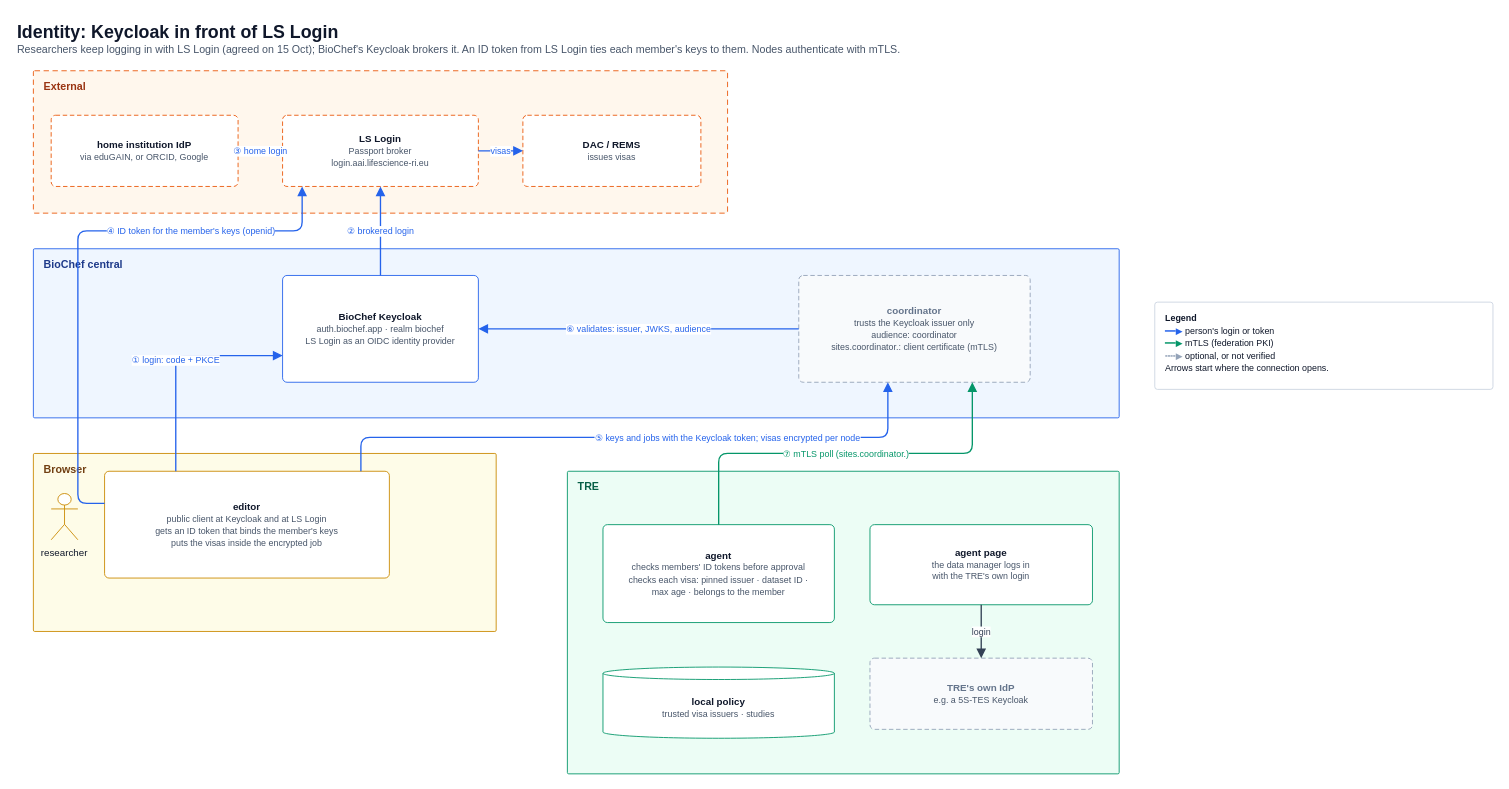
This is page "Who trusts whom" (1 of 2) of docs/diagrams/06-identity-keycloak.drawio from ieeta-pt/biochef-infra, a draw.io file, before an edit. Source tidied: cells renumbered, new cells numbered last; positions are measured from the earlier drawing's top-left corner, leaving out a move shared by most shapes. Both pictures are drawn from the tidied source at 89%, with x=0, y=0 at pixel (15, 15).
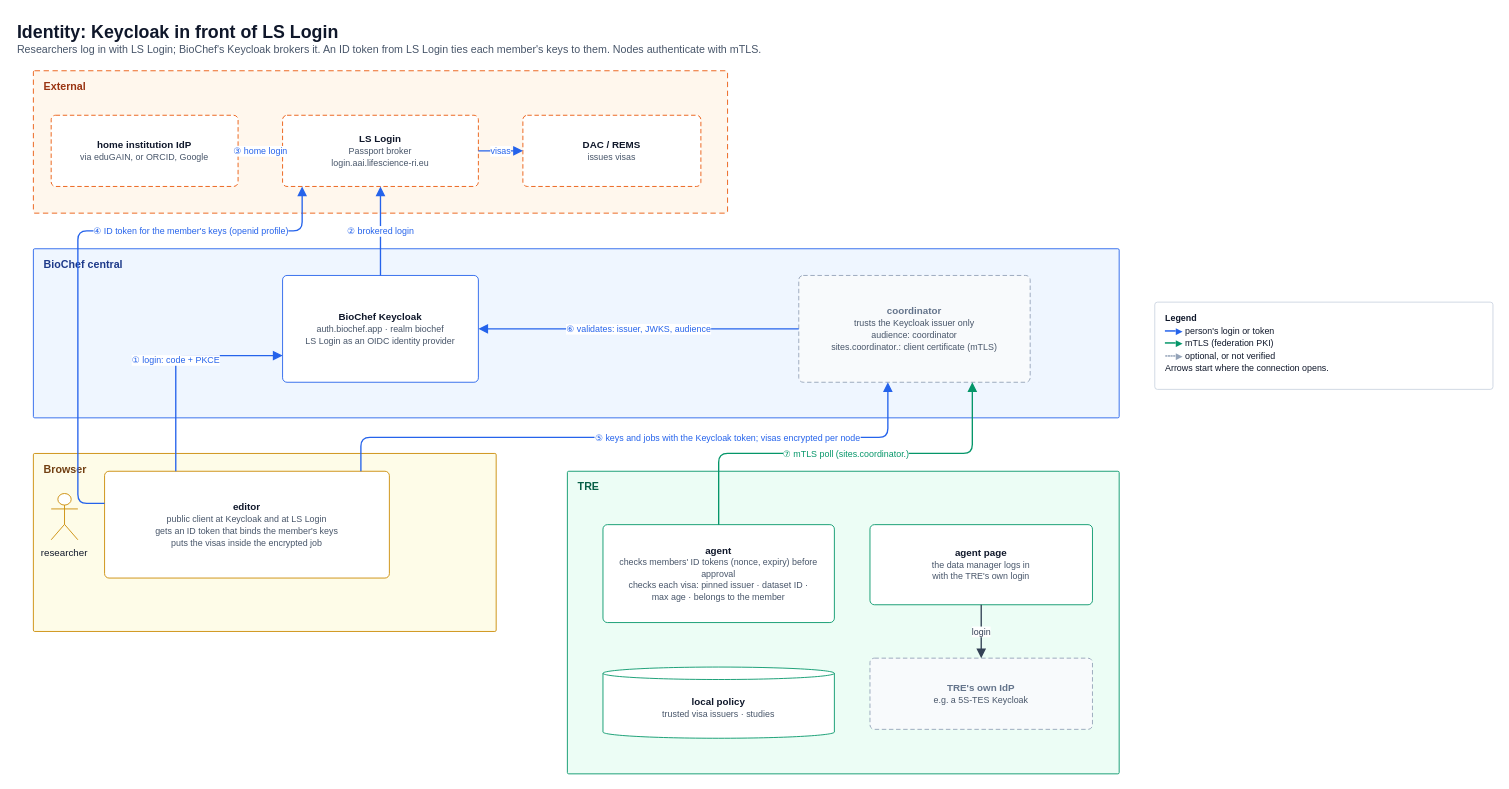
After the change.

Commit message (it also covers changes not shown here):
enhance identity documentation and agent functionality

The change refers to these unchanged cells:
```xml
<mxCell id="5" value="&lt;b&gt;LS Login&lt;/b&gt;&lt;br&gt;&lt;font style=&quot;font-size:10px&quot; color=&quot;#475569&quot;&gt;Passport broker&lt;/font&gt;&lt;br&gt;&lt;font style=&quot;font-size:10px&quot; color=&quot;#475569&quot;&gt;login.aai.lifescience-ri.eu&lt;/font&gt;" style="html=1;whiteSpace=wrap;fontSize=11;fillColor=#ffffff;strokeColor=#ea580c;fontColor=#0f172a;align=center;verticalAlign=middle;spacing=4;dashed=1;dashPattern=5 3;rounded=1;arcSize=10;absoluteArcSize=1;" parent="3" vertex="1">
  <mxGeometry x="280" y="50" width="220" height="80" as="geometry" />
</mxCell>
<mxCell id="12" value="&lt;b&gt;editor&lt;/b&gt;&lt;br&gt;&lt;font style=&quot;font-size:10px&quot; color=&quot;#475569&quot;&gt;public client at Keycloak and at LS Login&lt;/font&gt;&lt;br&gt;&lt;font style=&quot;font-size:10px&quot; color=&quot;#475569&quot;&gt;gets an ID token that binds the member's keys&lt;/font&gt;&lt;br&gt;&lt;font style=&quot;font-size:10px&quot; color=&quot;#475569&quot;&gt;puts the visas inside the encrypted job&lt;/font&gt;" style="html=1;whiteSpace=wrap;fontSize=11;fillColor=#ffffff;strokeColor=#ca8a04;fontColor=#0f172a;align=center;verticalAlign=middle;spacing=4;rounded=1;arcSize=10;absoluteArcSize=1;" parent="10" vertex="1">
  <mxGeometry x="80" y="20" width="320" height="120" as="geometry" />
</mxCell>
<mxCell id="13" value="TRE" style="rounded=1;arcSize=3;absoluteArcSize=1;html=1;whiteSpace=wrap;verticalAlign=top;align=left;spacingLeft=10;spacingTop=4;fontSize=12;fontStyle=1;fillColor=#ecfdf5;strokeColor=#059669;fontColor=#065f46;" parent="1" vertex="1">
  <mxGeometry x="620" y="512" width="620" height="340" as="geometry" />
</mxCell>
```

The edit, as a diff of the source:
```diff
@@
-    <mxCell id="2" value="&lt;b style='font-size:20px'&gt;Identity: Keycloak in front of LS Login&lt;/b&gt;&lt;br&gt;&lt;font color='#475569'&gt;Researchers keep logging in with LS Login (agreed on 15 Oct); BioChef's Keycloak brokers it. An ID token from LS Login ties each member's keys to them. Nodes authenticate with mTLS.&lt;/font&gt;" style="text;html=1;whiteSpace=wrap;fontSize=12;align=left;verticalAlign=top;fontColor=#0f172a;spacing=2;" parent="1" vertex="1">
+    <mxCell id="2" value="&lt;b style='font-size:20px'&gt;Identity: Keycloak in front of LS Login&lt;/b&gt;&lt;br&gt;&lt;font color='#475569'&gt;Researchers log in with LS Login; BioChef's Keycloak brokers it. An ID token from LS Login ties each member's keys to them. Nodes authenticate with mTLS.&lt;/font&gt;" style="text;html=1;whiteSpace=wrap;fontSize=12;align=left;verticalAlign=top;fontColor=#0f172a;spacing=2;" parent="1" vertex="1">
       <mxGeometry width="1100" height="48" as="geometry" />
     </mxCell>
@@
-    <mxCell id="14" value="&lt;b&gt;agent&lt;/b&gt;&lt;br&gt;&lt;font style=&quot;font-size:10px&quot; color=&quot;#475569&quot;&gt;checks members' ID tokens before approval&lt;/font&gt;&lt;br&gt;&lt;font style=&quot;font-size:10px&quot; color=&quot;#475569&quot;&gt;checks each visa: pinned issuer · dataset ID ·&lt;/font&gt;&lt;br&gt;&lt;font style=&quot;font-size:10px&quot; color=&quot;#475569&quot;&gt;max age · belongs to the member&lt;/font&gt;" style="html=1;whiteSpace=wrap;fontSize=11;fillColor=#ffffff;strokeColor=#059669;fontColor=#0f172a;align=center;verticalAlign=middle;spacing=4;rounded=1;arcSize=10;absoluteArcSize=1;" parent="13" vertex="1">
+    <mxCell id="14" value="&lt;b&gt;agent&lt;/b&gt;&lt;br&gt;&lt;font style=&quot;font-size:10px&quot; color=&quot;#475569&quot;&gt;checks members' ID tokens (nonce, expiry) before approval&lt;/font&gt;&lt;br&gt;&lt;font style=&quot;font-size:10px&quot; color=&quot;#475569&quot;&gt;checks each visa: pinned issuer · dataset ID ·&lt;/font&gt;&lt;br&gt;&lt;font style=&quot;font-size:10px&quot; color=&quot;#475569&quot;&gt;max age · belongs to the member&lt;/font&gt;" style="html=1;whiteSpace=wrap;fontSize=11;fillColor=#ffffff;strokeColor=#059669;fontColor=#0f172a;align=center;verticalAlign=middle;spacing=4;rounded=1;arcSize=10;absoluteArcSize=1;" parent="13" vertex="1">
       <mxGeometry x="40" y="60" width="260" height="110" as="geometry" />
     </mxCell>
@@
-    <mxCell id="23" value="④ ID token for the member's keys (openid)" style="html=1;rounded=1;fontSize=10;labelBackgroundColor=#ffffff;strokeWidth=1.5;endSize=7;jumpStyle=arc;jumpSize=8;edgeStyle=orthogonalEdgeStyle;jettySize=auto;endArrow=block;endFill=1;strokeColor=#2563eb;fontColor=#2563eb;exitX=0;exitY=0.3;exitDx=0;exitDy=0;entryX=0.1;entryY=1;entryDx=0;entryDy=0;" parent="1" edge="1" source="12" target="5">
+    <mxCell id="23" value="④ ID token for the member's keys (openid profile)" style="html=1;rounded=1;fontSize=10;labelBackgroundColor=#ffffff;strokeWidth=1.5;endSize=7;jumpStyle=arc;jumpSize=8;edgeStyle=orthogonalEdgeStyle;jettySize=auto;endArrow=block;endFill=1;strokeColor=#2563eb;fontColor=#2563eb;exitX=0;exitY=0.3;exitDx=0;exitDy=0;entryX=0.1;entryY=1;entryDx=0;entryDy=0;" parent="1" edge="1" source="12" target="5">
       <mxGeometry x="0.45" relative="1" as="geometry">
         <Array as="points">
           <mxPoint x="70" y="548" />
           <mxPoint x="70" y="242" />
           <mxPoint x="322" y="242" />
         </Array>
       </mxGeometry>
     </mxCell>
```
